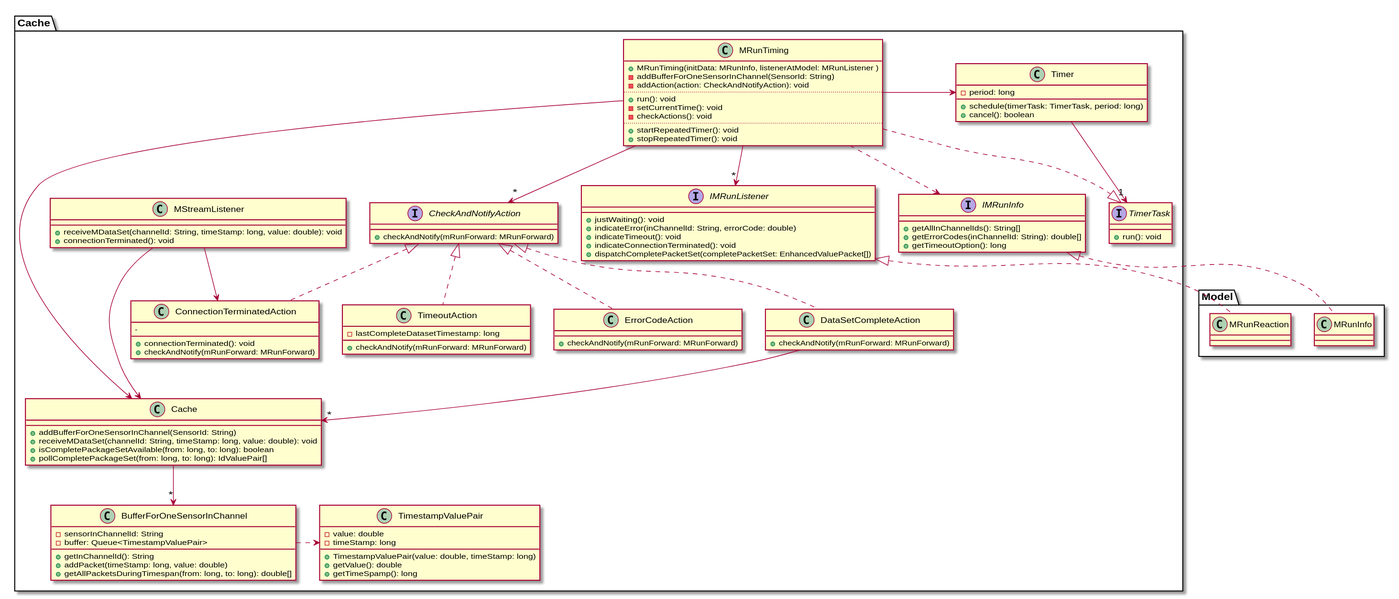
Before: 2-Entwurf/2-Entwicklung/src/edu/kit/freejdaq/cache/classDiagramCache.svg, a diagram exported from PlantUML (osl2/DAQ-Documents).
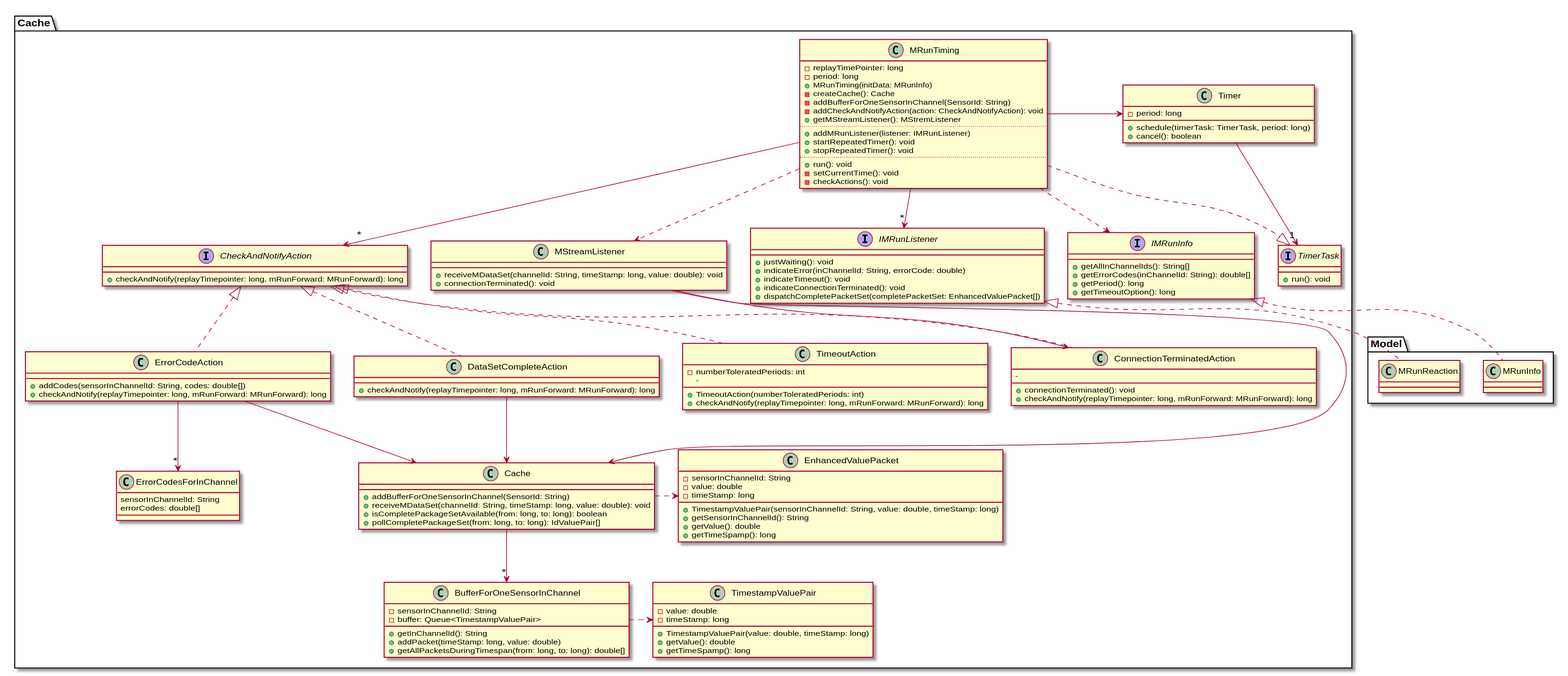
After the commit.

Commit message:
Cache: Timing-Konzept verfeinert und Schnittstellen sequenzdiagrammfähig gemacht

What changed in the source:
```diff
@@ -8,16 +8,21 @@
 
 
 class MRunTiming {
-	+ MRunTiming(initData: MRunInfo, listenerAtModel: MRunListener )
+	- replayTimePointer: long
+	- period: long
+	+ MRunTiming(initData: MRunInfo)
+	- createCache(): Cache
 	- addBufferForOneSensorInChannel(SensorId: String)
-	- addAction(action: CheckAndNotifyAction): void
+	- addCheckAndNotifyAction(action: CheckAndNotifyAction): void
+	+ getMStreamListener(): MStremListener
+	..
+	+ addMRunListener(listener: IMRunListener)
+	+ startRepeatedTimer(): void
+	+ stopRepeatedTimer(): void
 	..
 	+ run(): void
 	- setCurrentTime(): void
 	- checkActions(): void
-	..
-	+ startRepeatedTimer(): void
-	+ stopRepeatedTimer(): void
 }
 
 class Timer {
@@ -52,22 +57,40 @@
 class ConnectionTerminatedAction {
 	-
 	+ connectionTerminated(): void
-	+ checkAndNotify(mRunForward: MRunForward)
+	+ checkAndNotify(replayTimepointer: long, mRunForward: MRunForward): long
 }
 
 class TimeoutAction {
-	-lastCompleteDatasetTimestamp: long
-	+checkAndNotify(mRunForward: MRunForward)
+	- numberToleratedPeriods: int
+	-
+	+ TimeoutAction(numberToleratedPeriods: int)
+	+ checkAndNotify(replayTimepointer: long, mRunForward: MRunForward): long
 }
 
 class ErrorCodeAction {
-	+checkAndNotify(mRunForward: MRunForward)
+
+	+addCodes(sensorInChannelId: String, codes: double[])
+	+checkAndNotify(replayTimepointer: long, mRunForward: MRunForward): long
 }
 
 class DataSetCompleteAction {
-	+checkAndNotify(mRunForward: MRunForward)
+	+checkAndNotify(replayTimepointer: long, mRunForward: MRunForward): long
 }
 
+class EnhancedValuePacket {
+	-sensorInChannelId: String
+	-value: double
+	-timeStamp: long
+	+TimestampValuePair(sensorInChannelId: String, value: double, timeStamp: long)
+	+getSensorInChannelId(): String
+	+getValue(): double
+	+getTimeSpamp(): long
+}
+
+class ErrorCodesForInChannel {
+	sensorInChannelId: String
+	errorCodes: double[]
+}
 MStreamListener --> ConnectionTerminatedAction
 MStreamListener --> Cache
 ConnectionTerminatedAction .up.|> CheckAndNotifyAction
@@ -78,18 +101,22 @@
 MRunTiming -right-> Timer
 MRunTiming .right.|> TimerTask
 Timer -down-> "1" TimerTask
-MRunTiming --> Cache
+MRunTiming ..> MStreamListener
+Cache .right.> EnhancedValuePacket
 Cache --> "*" BufferForOneSensorInChannel
+
 BufferForOneSensorInChannel .right.> TimestampValuePair
 MRunTiming --> "*" CheckAndNotifyAction
 
-DataSetCompleteAction --> "*" Cache
+DataSetCompleteAction --> Cache
+ErrorCodeAction --> Cache
+ErrorCodeAction -down-> "*" ErrorCodesForInChannel
 
 MRunTiming --> "*" IMRunListener
 MRunTiming ..> IMRunInfo
 
 interface CheckAndNotifyAction {
-	+checkAndNotify(mRunForward: MRunForward)
+	+checkAndNotify(replayTimepointer: long, mRunForward: MRunForward): long
 }
 
 interface IMRunListener {
@@ -103,6 +130,7 @@
 interface IMRunInfo {
 	+getAllInChannelIds(): String[]
 	+getErrorCodes(inChannelId: String): double[]
+	+getPeriod(): long
 	+getTimeoutOption(): long
 }
 
```
